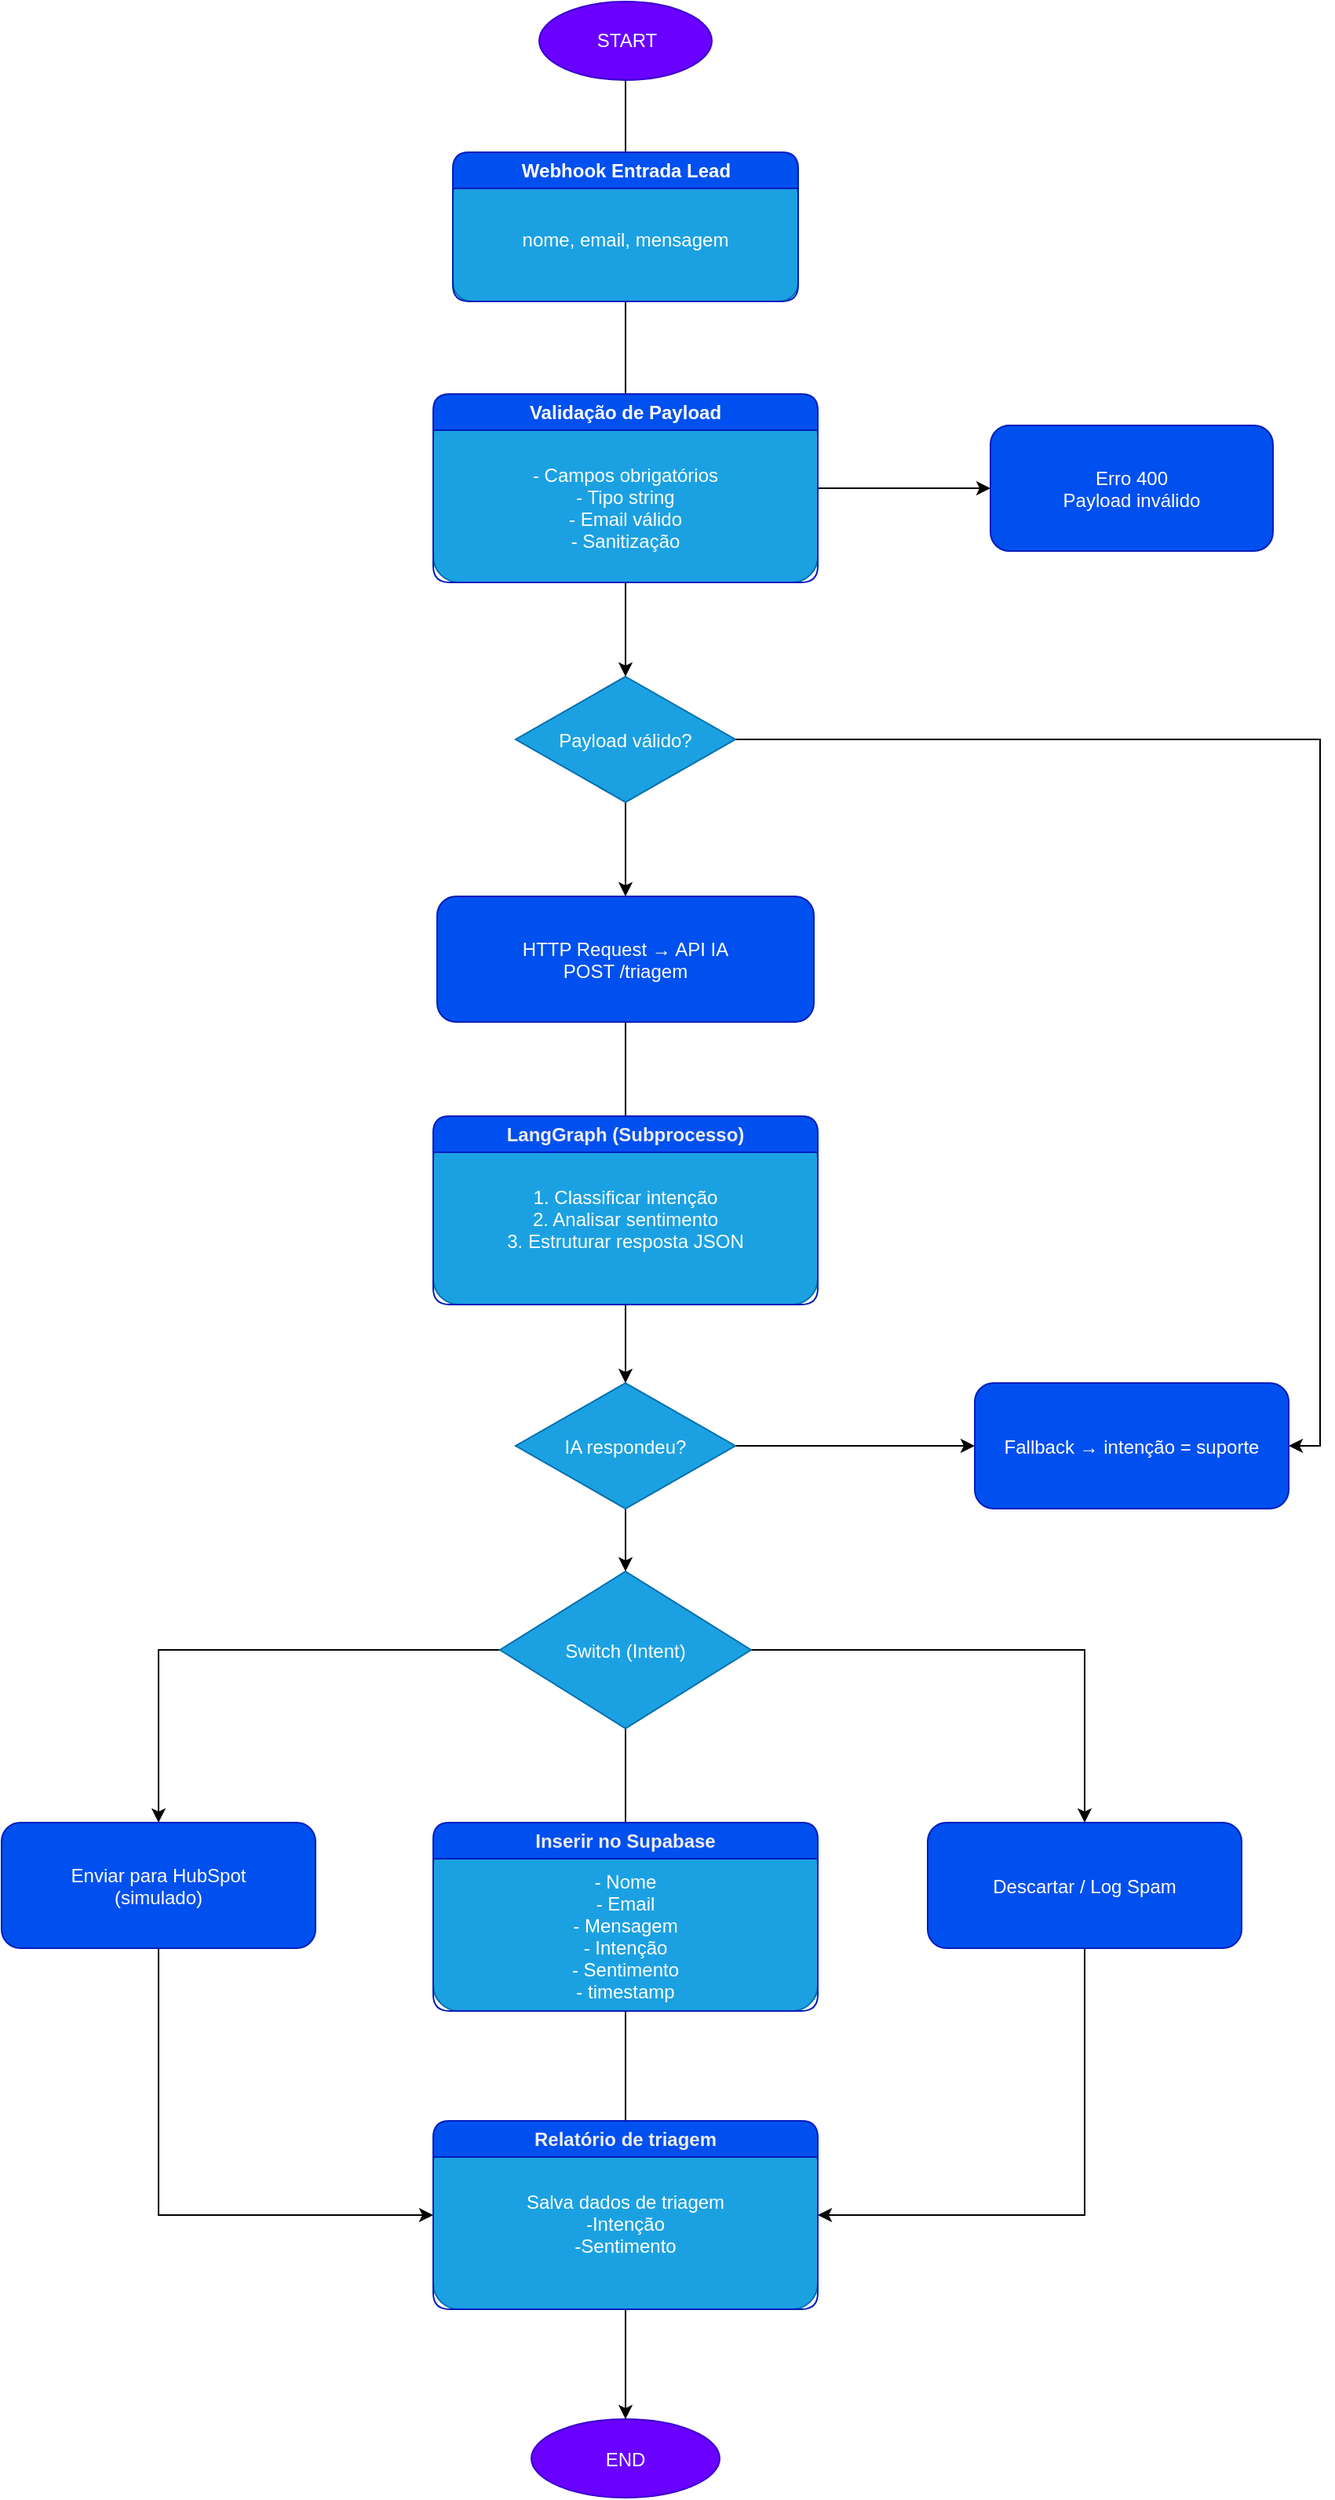
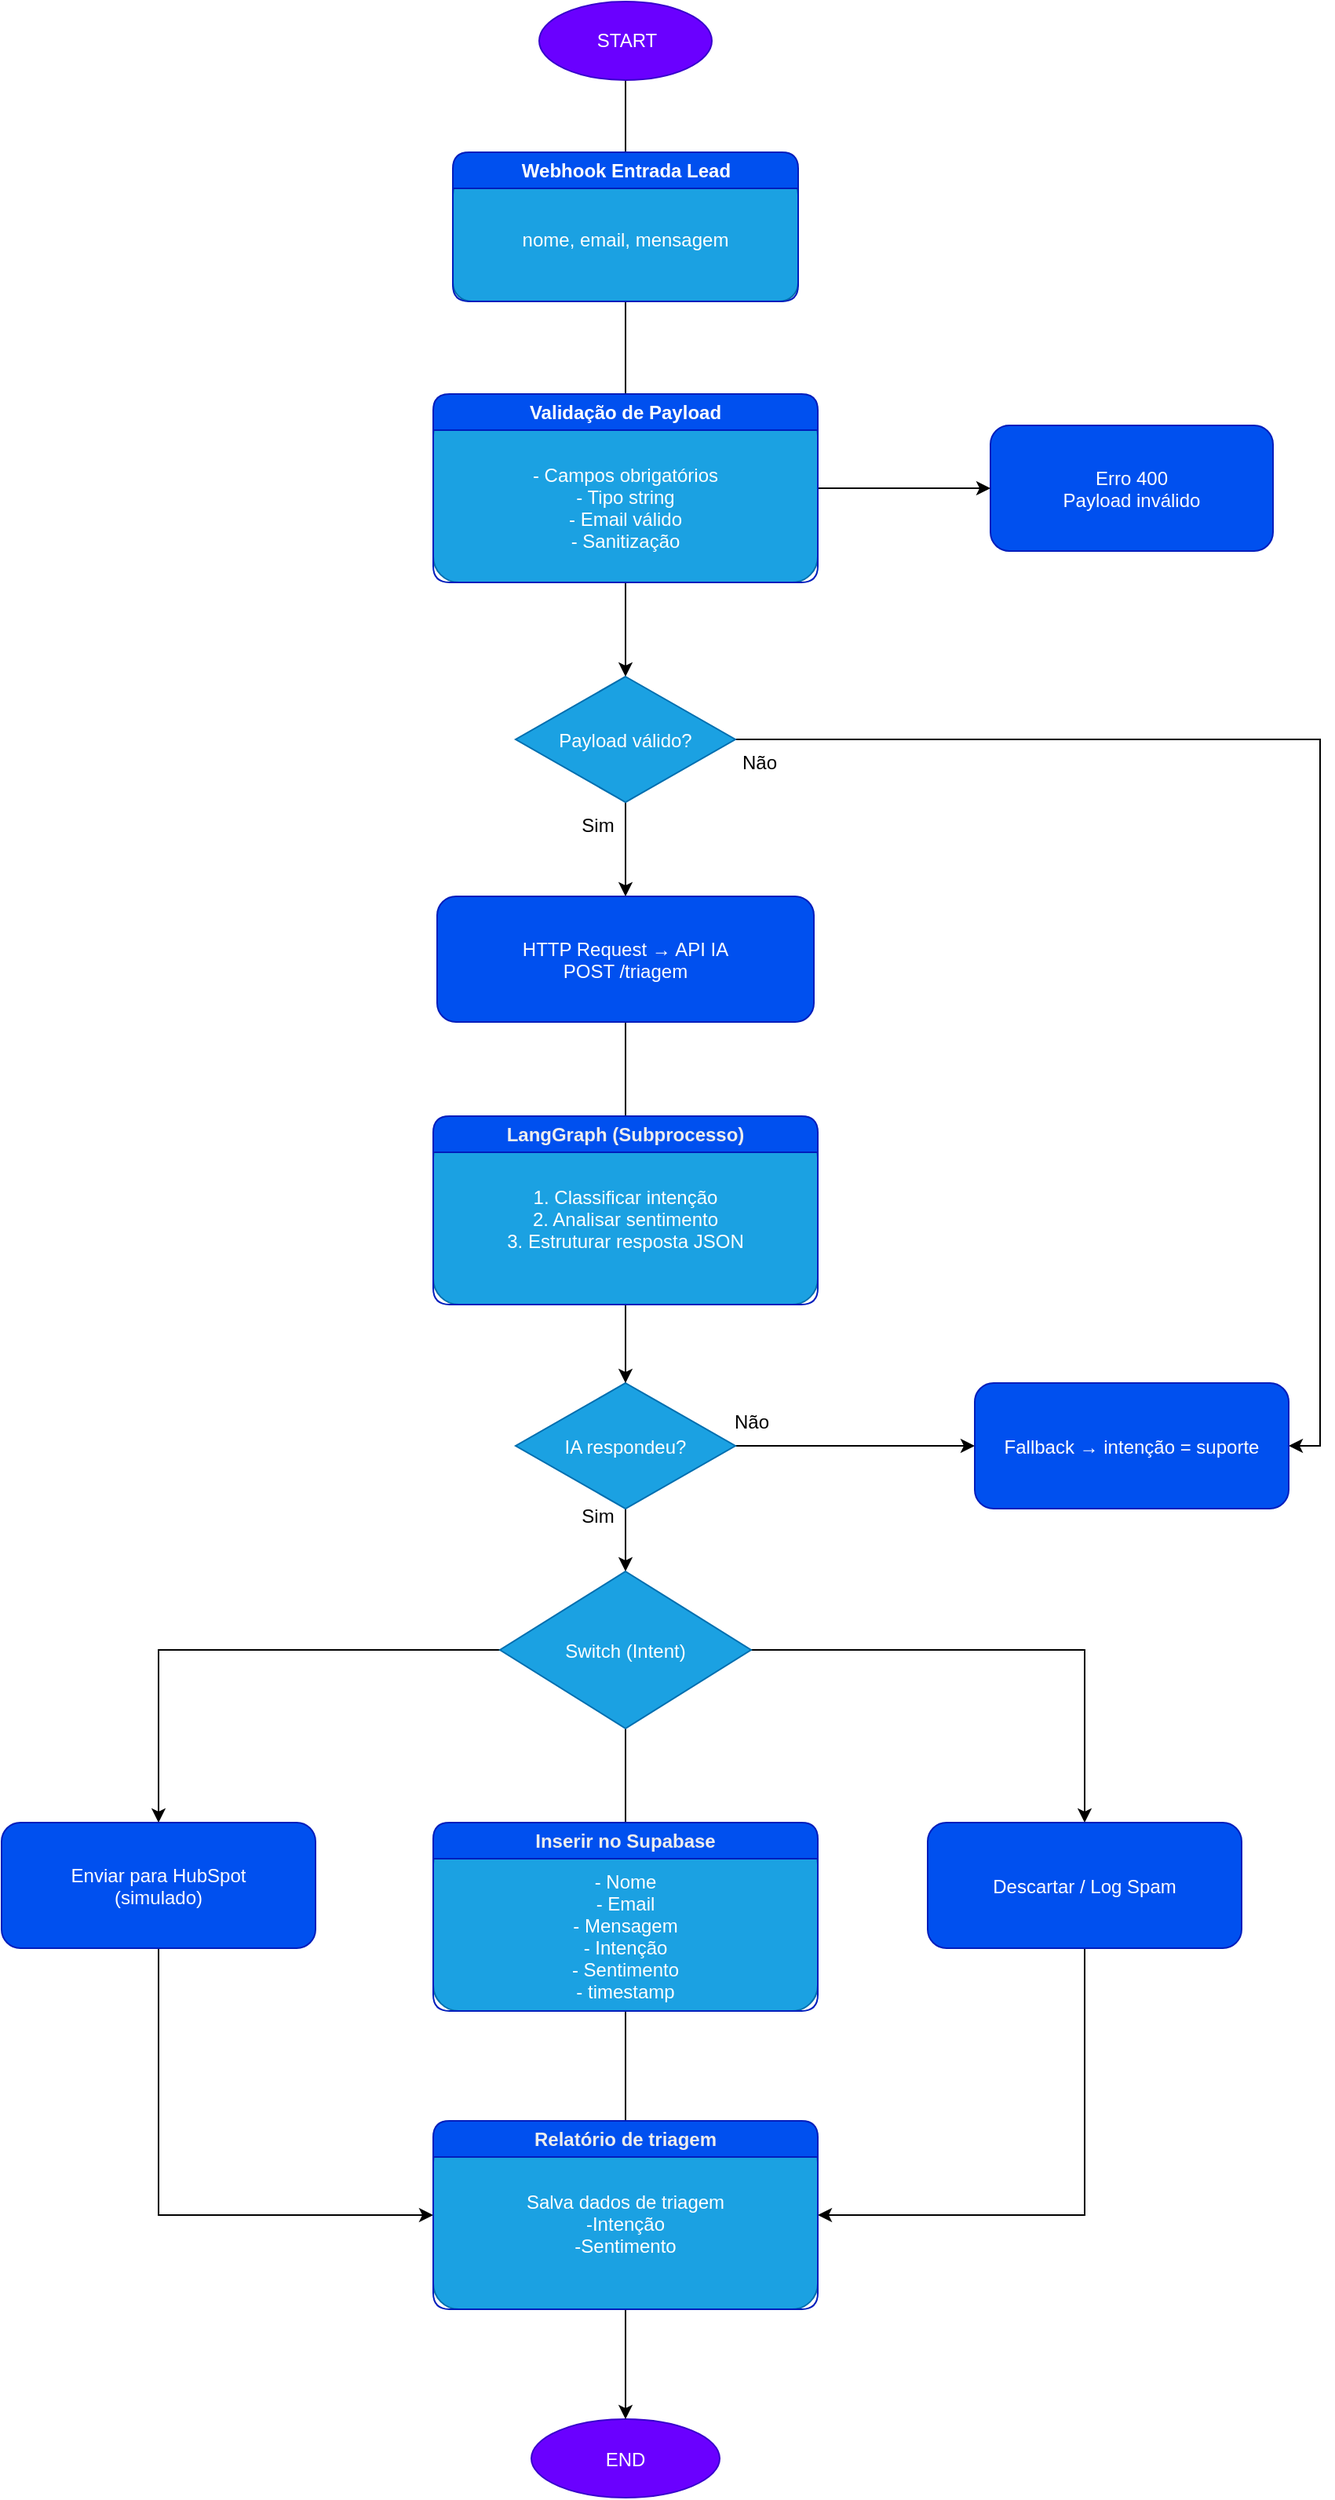
<mxfile host="Electron" agent="Mozilla/5.0 (Windows NT 10.0; Win64; x64) AppleWebKit/537.36 (KHTML, like Gecko) draw.io/29.6.1 Chrome/142.0.7444.265 Electron/39.8.0 Safari/537.36" version="29.6.1">
  <diagram name="Fluxo Leads IA" id="szsDpftF9SAXZ7QJtl6j">
-     <mxGraphModel dx="987010" dy="802670" grid="1" gridSize="10" guides="1" tooltips="1" connect="1" arrows="1" fold="1" page="1" pageScale="1" pageWidth="827" pageHeight="1169" math="0" shadow="0">
+     <mxGraphModel dx="27506" dy="19330" grid="1" gridSize="10" guides="1" tooltips="1" connect="1" arrows="1" fold="1" page="1" pageScale="1" pageWidth="827" pageHeight="1169" math="0" shadow="0">
      <root>
        <mxCell id="0" />
        <mxCell id="1" parent="0" />
        <mxCell id="GcYM5PJMcwH11Mfm8V3n-57" edge="1" parent="1" source="GcYM5PJMcwH11Mfm8V3n-1" style="edgeStyle=orthogonalEdgeStyle;rounded=0;orthogonalLoop=1;jettySize=auto;html=1;" target="GcYM5PJMcwH11Mfm8V3n-2" value="">
          <mxGeometry relative="1" as="geometry" />
        </mxCell>
        <mxCell id="GcYM5PJMcwH11Mfm8V3n-1" parent="1" style="ellipse;html=1;fillColor=#6a00ff;fontColor=#ffffff;strokeColor=#3700CC;" value="START" vertex="1">
          <mxGeometry height="50" width="110" x="-637.5" y="-680" as="geometry" />
        </mxCell>
        <mxCell id="GcYM5PJMcwH11Mfm8V3n-56" edge="1" parent="1" source="GcYM5PJMcwH11Mfm8V3n-2" style="edgeStyle=orthogonalEdgeStyle;rounded=0;orthogonalLoop=1;jettySize=auto;html=1;" target="GcYM5PJMcwH11Mfm8V3n-3" value="">
          <mxGeometry relative="1" as="geometry" />
        </mxCell>
        <mxCell id="GcYM5PJMcwH11Mfm8V3n-2" parent="1" style="rounded=1;fillColor=#1ba1e2;fontColor=#ffffff;strokeColor=#006EAF;" value="nome, email, mensagem" vertex="1">
          <mxGeometry height="80" width="220" x="-692.5" y="-569" as="geometry" />
        </mxCell>
        <mxCell id="GcYM5PJMcwH11Mfm8V3n-60" edge="1" parent="1" source="GcYM5PJMcwH11Mfm8V3n-3" style="edgeStyle=orthogonalEdgeStyle;rounded=0;orthogonalLoop=1;jettySize=auto;html=1;" target="GcYM5PJMcwH11Mfm8V3n-4" value="">
          <mxGeometry relative="1" as="geometry" />
        </mxCell>
        <mxCell id="GcYM5PJMcwH11Mfm8V3n-3" parent="1" style="rounded=1;fillColor=#1ba1e2;fontColor=#ffffff;strokeColor=#006EAF;" value="&#xa;- Campos obrigatórios&#xa;- Tipo string&#xa;- Email válido&#xa;- Sanitização" vertex="1">
          <mxGeometry height="110" width="245" x="-705" y="-420" as="geometry" />
        </mxCell>
        <mxCell id="GcYM5PJMcwH11Mfm8V3n-61" edge="1" parent="1" source="GcYM5PJMcwH11Mfm8V3n-4" style="edgeStyle=orthogonalEdgeStyle;rounded=0;orthogonalLoop=1;jettySize=auto;html=1;" target="GcYM5PJMcwH11Mfm8V3n-6" value="">
          <mxGeometry relative="1" as="geometry" />
        </mxCell>
        <mxCell id="GcYM5PJMcwH11Mfm8V3n-70" edge="1" parent="1" source="GcYM5PJMcwH11Mfm8V3n-4" style="edgeStyle=orthogonalEdgeStyle;rounded=0;orthogonalLoop=1;jettySize=auto;html=1;exitX=1;exitY=0.5;exitDx=0;exitDy=0;entryX=1;entryY=0.5;entryDx=0;entryDy=0;" target="GcYM5PJMcwH11Mfm8V3n-9">
          <mxGeometry relative="1" as="geometry" />
        </mxCell>
        <mxCell id="GcYM5PJMcwH11Mfm8V3n-4" parent="1" style="rhombus;fillColor=#1ba1e2;fontColor=#ffffff;strokeColor=#006EAF;" value="Payload válido?" vertex="1">
          <mxGeometry height="80" width="140" x="-652.5" y="-250" as="geometry" />
        </mxCell>
        <mxCell id="GcYM5PJMcwH11Mfm8V3n-5" parent="1" style="rounded=1;fillColor=#0050ef;fontColor=#ffffff;strokeColor=#001DBC;" value="Erro 400&#xa;Payload inválido" vertex="1">
          <mxGeometry height="80" width="180" x="-350" y="-410" as="geometry" />
        </mxCell>
        <mxCell id="GcYM5PJMcwH11Mfm8V3n-68" edge="1" parent="1" source="GcYM5PJMcwH11Mfm8V3n-6" style="edgeStyle=orthogonalEdgeStyle;rounded=0;orthogonalLoop=1;jettySize=auto;html=1;" target="GcYM5PJMcwH11Mfm8V3n-64" value="">
          <mxGeometry relative="1" as="geometry" />
        </mxCell>
        <mxCell id="GcYM5PJMcwH11Mfm8V3n-6" parent="1" style="rounded=1;fillColor=#0050ef;fontColor=#ffffff;strokeColor=#001DBC;" value="HTTP Request → API IA&#xa;POST /triagem" vertex="1">
          <mxGeometry height="80" width="240" x="-702.5" y="-110" as="geometry" />
        </mxCell>
        <mxCell id="GcYM5PJMcwH11Mfm8V3n-66" edge="1" parent="1" source="GcYM5PJMcwH11Mfm8V3n-8" style="edgeStyle=orthogonalEdgeStyle;rounded=0;orthogonalLoop=1;jettySize=auto;html=1;" target="GcYM5PJMcwH11Mfm8V3n-10" value="">
          <mxGeometry relative="1" as="geometry" />
        </mxCell>
        <mxCell id="GcYM5PJMcwH11Mfm8V3n-69" edge="1" parent="1" source="GcYM5PJMcwH11Mfm8V3n-8" style="edgeStyle=orthogonalEdgeStyle;rounded=0;orthogonalLoop=1;jettySize=auto;html=1;" target="GcYM5PJMcwH11Mfm8V3n-9" value="">
          <mxGeometry relative="1" as="geometry" />
        </mxCell>
        <mxCell id="GcYM5PJMcwH11Mfm8V3n-8" parent="1" style="rhombus;fillColor=#1ba1e2;fontColor=#ffffff;strokeColor=#006EAF;" value="IA respondeu?" vertex="1">
          <mxGeometry height="80" width="140" x="-652.5" y="200" as="geometry" />
        </mxCell>
        <mxCell id="GcYM5PJMcwH11Mfm8V3n-9" parent="1" style="rounded=1;fillColor=#0050ef;fontColor=#ffffff;strokeColor=#001DBC;" value="Fallback → intenção = suporte" vertex="1">
          <mxGeometry height="80" width="200" x="-360" y="200" as="geometry" />
        </mxCell>
        <mxCell id="GcYM5PJMcwH11Mfm8V3n-74" edge="1" parent="1" source="GcYM5PJMcwH11Mfm8V3n-10" style="edgeStyle=orthogonalEdgeStyle;rounded=0;orthogonalLoop=1;jettySize=auto;html=1;exitX=1;exitY=0.5;exitDx=0;exitDy=0;" target="GcYM5PJMcwH11Mfm8V3n-13">
          <mxGeometry relative="1" as="geometry" />
        </mxCell>
        <mxCell id="GcYM5PJMcwH11Mfm8V3n-75" edge="1" parent="1" source="GcYM5PJMcwH11Mfm8V3n-10" style="edgeStyle=orthogonalEdgeStyle;rounded=0;orthogonalLoop=1;jettySize=auto;html=1;" target="GcYM5PJMcwH11Mfm8V3n-71" value="">
          <mxGeometry relative="1" as="geometry" />
        </mxCell>
        <mxCell id="GcYM5PJMcwH11Mfm8V3n-76" edge="1" parent="1" source="GcYM5PJMcwH11Mfm8V3n-10" style="edgeStyle=orthogonalEdgeStyle;rounded=0;orthogonalLoop=1;jettySize=auto;html=1;exitX=0;exitY=0.5;exitDx=0;exitDy=0;" target="GcYM5PJMcwH11Mfm8V3n-11">
          <mxGeometry relative="1" as="geometry" />
        </mxCell>
        <mxCell id="GcYM5PJMcwH11Mfm8V3n-10" parent="1" style="rhombus;fillColor=#1ba1e2;fontColor=#ffffff;strokeColor=#006EAF;" value="Switch (Intent)" vertex="1">
          <mxGeometry height="100" width="160" x="-662.5" y="320" as="geometry" />
        </mxCell>
        <mxCell id="GcYM5PJMcwH11Mfm8V3n-98" edge="1" parent="1" source="GcYM5PJMcwH11Mfm8V3n-11" style="edgeStyle=orthogonalEdgeStyle;rounded=0;orthogonalLoop=1;jettySize=auto;html=1;exitX=0.5;exitY=1;exitDx=0;exitDy=0;entryX=0;entryY=0.5;entryDx=0;entryDy=0;" target="GcYM5PJMcwH11Mfm8V3n-96">
          <mxGeometry relative="1" as="geometry" />
        </mxCell>
        <mxCell id="GcYM5PJMcwH11Mfm8V3n-11" parent="1" style="rounded=1;fillColor=#0050ef;fontColor=#ffffff;strokeColor=#001DBC;" value="Enviar para HubSpot&#xa;(simulado)" vertex="1">
          <mxGeometry height="80" width="200" x="-980" y="480" as="geometry" />
        </mxCell>
        <mxCell id="GcYM5PJMcwH11Mfm8V3n-97" edge="1" parent="1" source="GcYM5PJMcwH11Mfm8V3n-13" style="edgeStyle=orthogonalEdgeStyle;rounded=0;orthogonalLoop=1;jettySize=auto;html=1;exitX=0.5;exitY=1;exitDx=0;exitDy=0;entryX=1;entryY=0.5;entryDx=0;entryDy=0;" target="GcYM5PJMcwH11Mfm8V3n-96">
          <mxGeometry relative="1" as="geometry" />
        </mxCell>
        <mxCell id="GcYM5PJMcwH11Mfm8V3n-13" parent="1" style="rounded=1;fillColor=#0050ef;fontColor=#ffffff;strokeColor=#001DBC;" value="Descartar / Log Spam" vertex="1">
          <mxGeometry height="80" width="200" x="-390" y="480" as="geometry" />
        </mxCell>
        <mxCell id="GcYM5PJMcwH11Mfm8V3n-14" parent="1" style="ellipse;fillColor=#6a00ff;fontColor=#ffffff;strokeColor=#3700CC;" value="END" vertex="1">
          <mxGeometry height="50" width="120" x="-642.5" y="860" as="geometry" />
        </mxCell>
        <mxCell id="GcYM5PJMcwH11Mfm8V3n-15" edge="1" parent="1" source="GcYM5PJMcwH11Mfm8V3n-1" style="fontColor=#000000;" target="GcYM5PJMcwH11Mfm8V3n-2" />
        <mxCell id="GcYM5PJMcwH11Mfm8V3n-16" edge="1" parent="1" source="GcYM5PJMcwH11Mfm8V3n-2" style="fontColor=#000000;" target="GcYM5PJMcwH11Mfm8V3n-3" />
        <mxCell id="GcYM5PJMcwH11Mfm8V3n-17" edge="1" parent="1" source="GcYM5PJMcwH11Mfm8V3n-3" style="fontColor=#000000;" target="GcYM5PJMcwH11Mfm8V3n-4" />
        <mxCell id="GcYM5PJMcwH11Mfm8V3n-19" edge="1" parent="1" source="GcYM5PJMcwH11Mfm8V3n-4" style="fontColor=#000000;" target="GcYM5PJMcwH11Mfm8V3n-6" />
-         <mxCell id="GcYM5PJMcwH11Mfm8V3n-20" edge="1" parent="1" source="GcYM5PJMcwH11Mfm8V3n-6" style="fontColor=#000000;" target="GcYM5PJMcwH11Mfm8V3n-7" />
-         <mxCell id="GcYM5PJMcwH11Mfm8V3n-21" edge="1" parent="1" source="GcYM5PJMcwH11Mfm8V3n-7" style="fontColor=#000000;" target="GcYM5PJMcwH11Mfm8V3n-8" />
+         <mxCell id="GcYM5PJMcwH11Mfm8V3n-20" edge="1" parent="1" source="GcYM5PJMcwH11Mfm8V3n-6" style="fontColor=#000000;" />
+         <mxCell id="GcYM5PJMcwH11Mfm8V3n-21" edge="1" parent="1" style="fontColor=#000000;" target="GcYM5PJMcwH11Mfm8V3n-8" />
        <mxCell id="GcYM5PJMcwH11Mfm8V3n-22" edge="1" parent="1" source="GcYM5PJMcwH11Mfm8V3n-8" style="fontColor=#000000;" target="GcYM5PJMcwH11Mfm8V3n-9" />
        <mxCell id="GcYM5PJMcwH11Mfm8V3n-23" edge="1" parent="1" source="GcYM5PJMcwH11Mfm8V3n-8" style="fontColor=#000000;" target="GcYM5PJMcwH11Mfm8V3n-10" />
        <mxCell id="GcYM5PJMcwH11Mfm8V3n-24" edge="1" parent="1" source="GcYM5PJMcwH11Mfm8V3n-9" style="fontColor=#000000;" target="GcYM5PJMcwH11Mfm8V3n-10" />
        <mxCell id="GcYM5PJMcwH11Mfm8V3n-25" edge="1" parent="1" source="GcYM5PJMcwH11Mfm8V3n-10" style="fontColor=#000000;" target="GcYM5PJMcwH11Mfm8V3n-11" />
-         <mxCell id="GcYM5PJMcwH11Mfm8V3n-26" edge="1" parent="1" source="GcYM5PJMcwH11Mfm8V3n-10" style="fontColor=#000000;" target="GcYM5PJMcwH11Mfm8V3n-12" />
+         <mxCell id="GcYM5PJMcwH11Mfm8V3n-26" edge="1" parent="1" source="GcYM5PJMcwH11Mfm8V3n-10" style="fontColor=#000000;" />
        <mxCell id="GcYM5PJMcwH11Mfm8V3n-27" edge="1" parent="1" source="GcYM5PJMcwH11Mfm8V3n-10" style="fontColor=#000000;" target="GcYM5PJMcwH11Mfm8V3n-13" />
-         <mxCell id="GcYM5PJMcwH11Mfm8V3n-28" edge="1" parent="1" source="GcYM5PJMcwH11Mfm8V3n-11" style="fontColor=#000000;" target="GcYM5PJMcwH11Mfm8V3n-12" />
-         <mxCell id="GcYM5PJMcwH11Mfm8V3n-29" edge="1" parent="1" source="GcYM5PJMcwH11Mfm8V3n-12" style="fontColor=#000000;" target="GcYM5PJMcwH11Mfm8V3n-14" />
+         <mxCell id="GcYM5PJMcwH11Mfm8V3n-28" edge="1" parent="1" source="GcYM5PJMcwH11Mfm8V3n-11" style="fontColor=#000000;" />
+         <mxCell id="GcYM5PJMcwH11Mfm8V3n-29" edge="1" parent="1" style="fontColor=#000000;" target="GcYM5PJMcwH11Mfm8V3n-14" />
        <mxCell id="GcYM5PJMcwH11Mfm8V3n-30" edge="1" parent="1" source="GcYM5PJMcwH11Mfm8V3n-13" style="fontColor=#000000;" target="GcYM5PJMcwH11Mfm8V3n-14" />
        <mxCell id="GcYM5PJMcwH11Mfm8V3n-47" parent="1" style="swimlane;whiteSpace=wrap;html=1;fillColor=#0050ef;fontColor=#ffffff;strokeColor=#001DBC;rounded=1;" value="Webhook Entrada Lead" vertex="1">
          <mxGeometry height="95" width="220" x="-692.5" y="-584" as="geometry" />
        </mxCell>
        <mxCell id="GcYM5PJMcwH11Mfm8V3n-59" edge="1" parent="1" source="GcYM5PJMcwH11Mfm8V3n-53" style="edgeStyle=orthogonalEdgeStyle;rounded=0;orthogonalLoop=1;jettySize=auto;html=1;" target="GcYM5PJMcwH11Mfm8V3n-5" value="">
          <mxGeometry relative="1" as="geometry" />
        </mxCell>
        <mxCell id="GcYM5PJMcwH11Mfm8V3n-53" parent="1" style="swimlane;whiteSpace=wrap;html=1;fillColor=#0050ef;fontColor=#ffffff;strokeColor=#001DBC;rounded=1;" value="Validação de Payload" vertex="1">
          <mxGeometry height="120" width="245" x="-705" y="-430" as="geometry" />
        </mxCell>
        <mxCell id="GcYM5PJMcwH11Mfm8V3n-67" edge="1" parent="1" source="GcYM5PJMcwH11Mfm8V3n-64" style="edgeStyle=orthogonalEdgeStyle;rounded=0;orthogonalLoop=1;jettySize=auto;html=1;" target="GcYM5PJMcwH11Mfm8V3n-8" value="">
          <mxGeometry relative="1" as="geometry" />
        </mxCell>
        <mxCell id="GcYM5PJMcwH11Mfm8V3n-64" parent="1" style="rounded=1;fillColor=#1ba1e2;fontColor=#ffffff;strokeColor=#006EAF;" value="1. Classificar intenção&#xa;2. Analisar sentimento&#xa;3. Estruturar resposta JSON" vertex="1">
          <mxGeometry height="110" width="245" x="-705" y="40" as="geometry" />
        </mxCell>
        <mxCell id="GcYM5PJMcwH11Mfm8V3n-65" parent="1" style="swimlane;whiteSpace=wrap;html=1;fillColor=#0050ef;fontColor=#ffffff;strokeColor=#001DBC;rounded=1;" value="&lt;span style=&quot;color: rgb(237, 237, 237); text-wrap-mode: nowrap;&quot;&gt;LangGraph (Subprocesso)&lt;/span&gt;" vertex="1">
          <mxGeometry height="120" width="245" x="-705" y="30" as="geometry" />
        </mxCell>
        <mxCell id="GcYM5PJMcwH11Mfm8V3n-99" edge="1" parent="1" source="GcYM5PJMcwH11Mfm8V3n-71" style="edgeStyle=orthogonalEdgeStyle;rounded=0;orthogonalLoop=1;jettySize=auto;html=1;" target="GcYM5PJMcwH11Mfm8V3n-95" value="">
          <mxGeometry relative="1" as="geometry" />
        </mxCell>
        <mxCell id="GcYM5PJMcwH11Mfm8V3n-71" parent="1" style="rounded=1;fillColor=#1ba1e2;fontColor=#ffffff;align=center;strokeColor=#006EAF;" value="&#xa;- Nome&#xa;- Email&#xa;- Mensagem&#xa;- Intenção&#xa;- Sentimento&#xa;- timestamp" vertex="1">
          <mxGeometry height="110" width="245" x="-705" y="490" as="geometry" />
        </mxCell>
        <mxCell id="GcYM5PJMcwH11Mfm8V3n-72" parent="1" style="swimlane;whiteSpace=wrap;html=1;fillColor=#0050ef;fontColor=#ffffff;strokeColor=#001DBC;rounded=1;" value="&lt;span style=&quot;color: rgb(237, 237, 237); text-wrap-mode: nowrap;&quot;&gt;Inserir no Supabase&lt;/span&gt;" vertex="1">
          <mxGeometry height="120" width="245" x="-705" y="480" as="geometry" />
        </mxCell>
        <mxCell id="GcYM5PJMcwH11Mfm8V3n-100" edge="1" parent="1" source="GcYM5PJMcwH11Mfm8V3n-95" style="edgeStyle=orthogonalEdgeStyle;rounded=0;orthogonalLoop=1;jettySize=auto;html=1;" target="GcYM5PJMcwH11Mfm8V3n-14" value="">
          <mxGeometry relative="1" as="geometry" />
        </mxCell>
        <mxCell id="GcYM5PJMcwH11Mfm8V3n-95" parent="1" style="rounded=1;fillColor=#1ba1e2;fontColor=#ffffff;align=center;strokeColor=#006EAF;" value="Salva dados de triagem&#xa;-Intenção&#xa;-Sentimento" vertex="1">
          <mxGeometry height="110" width="245" x="-705" y="680" as="geometry" />
        </mxCell>
        <mxCell id="GcYM5PJMcwH11Mfm8V3n-96" parent="1" style="swimlane;whiteSpace=wrap;html=1;fillColor=#0050ef;fontColor=#ffffff;strokeColor=#001DBC;rounded=1;" value="&lt;span style=&quot;color: rgb(237, 237, 237); text-wrap-mode: nowrap;&quot;&gt;Relatório de triagem&lt;/span&gt;" vertex="1">
          <mxGeometry height="120" width="245" x="-705" y="670" as="geometry" />
        </mxCell>
+         <mxCell id="avVrZtvywsRIBX31C4WD-1" parent="1" style="text;html=1;whiteSpace=wrap;strokeColor=none;fillColor=none;align=center;verticalAlign=middle;rounded=0;" value="Não" vertex="1">
+           <mxGeometry height="30" width="60" x="-527.5" y="-210" as="geometry" />
+         </mxCell>
+         <mxCell id="avVrZtvywsRIBX31C4WD-2" parent="1" style="text;html=1;whiteSpace=wrap;strokeColor=none;fillColor=none;align=center;verticalAlign=middle;rounded=0;" value="Sim" vertex="1">
+           <mxGeometry height="30" width="60" x="-630" y="-170" as="geometry" />
+         </mxCell>
+         <mxCell id="avVrZtvywsRIBX31C4WD-3" parent="1" style="text;html=1;whiteSpace=wrap;strokeColor=none;fillColor=none;align=center;verticalAlign=middle;rounded=0;" value="Sim" vertex="1">
+           <mxGeometry height="30" width="60" x="-630" y="270" as="geometry" />
+         </mxCell>
+         <mxCell id="avVrZtvywsRIBX31C4WD-4" parent="1" style="text;html=1;whiteSpace=wrap;strokeColor=none;fillColor=none;align=center;verticalAlign=middle;rounded=0;" value="Não" vertex="1">
+           <mxGeometry height="30" width="60" x="-532.5" y="210" as="geometry" />
+         </mxCell>
      </root>
    </mxGraphModel>
  </diagram>
</mxfile>
